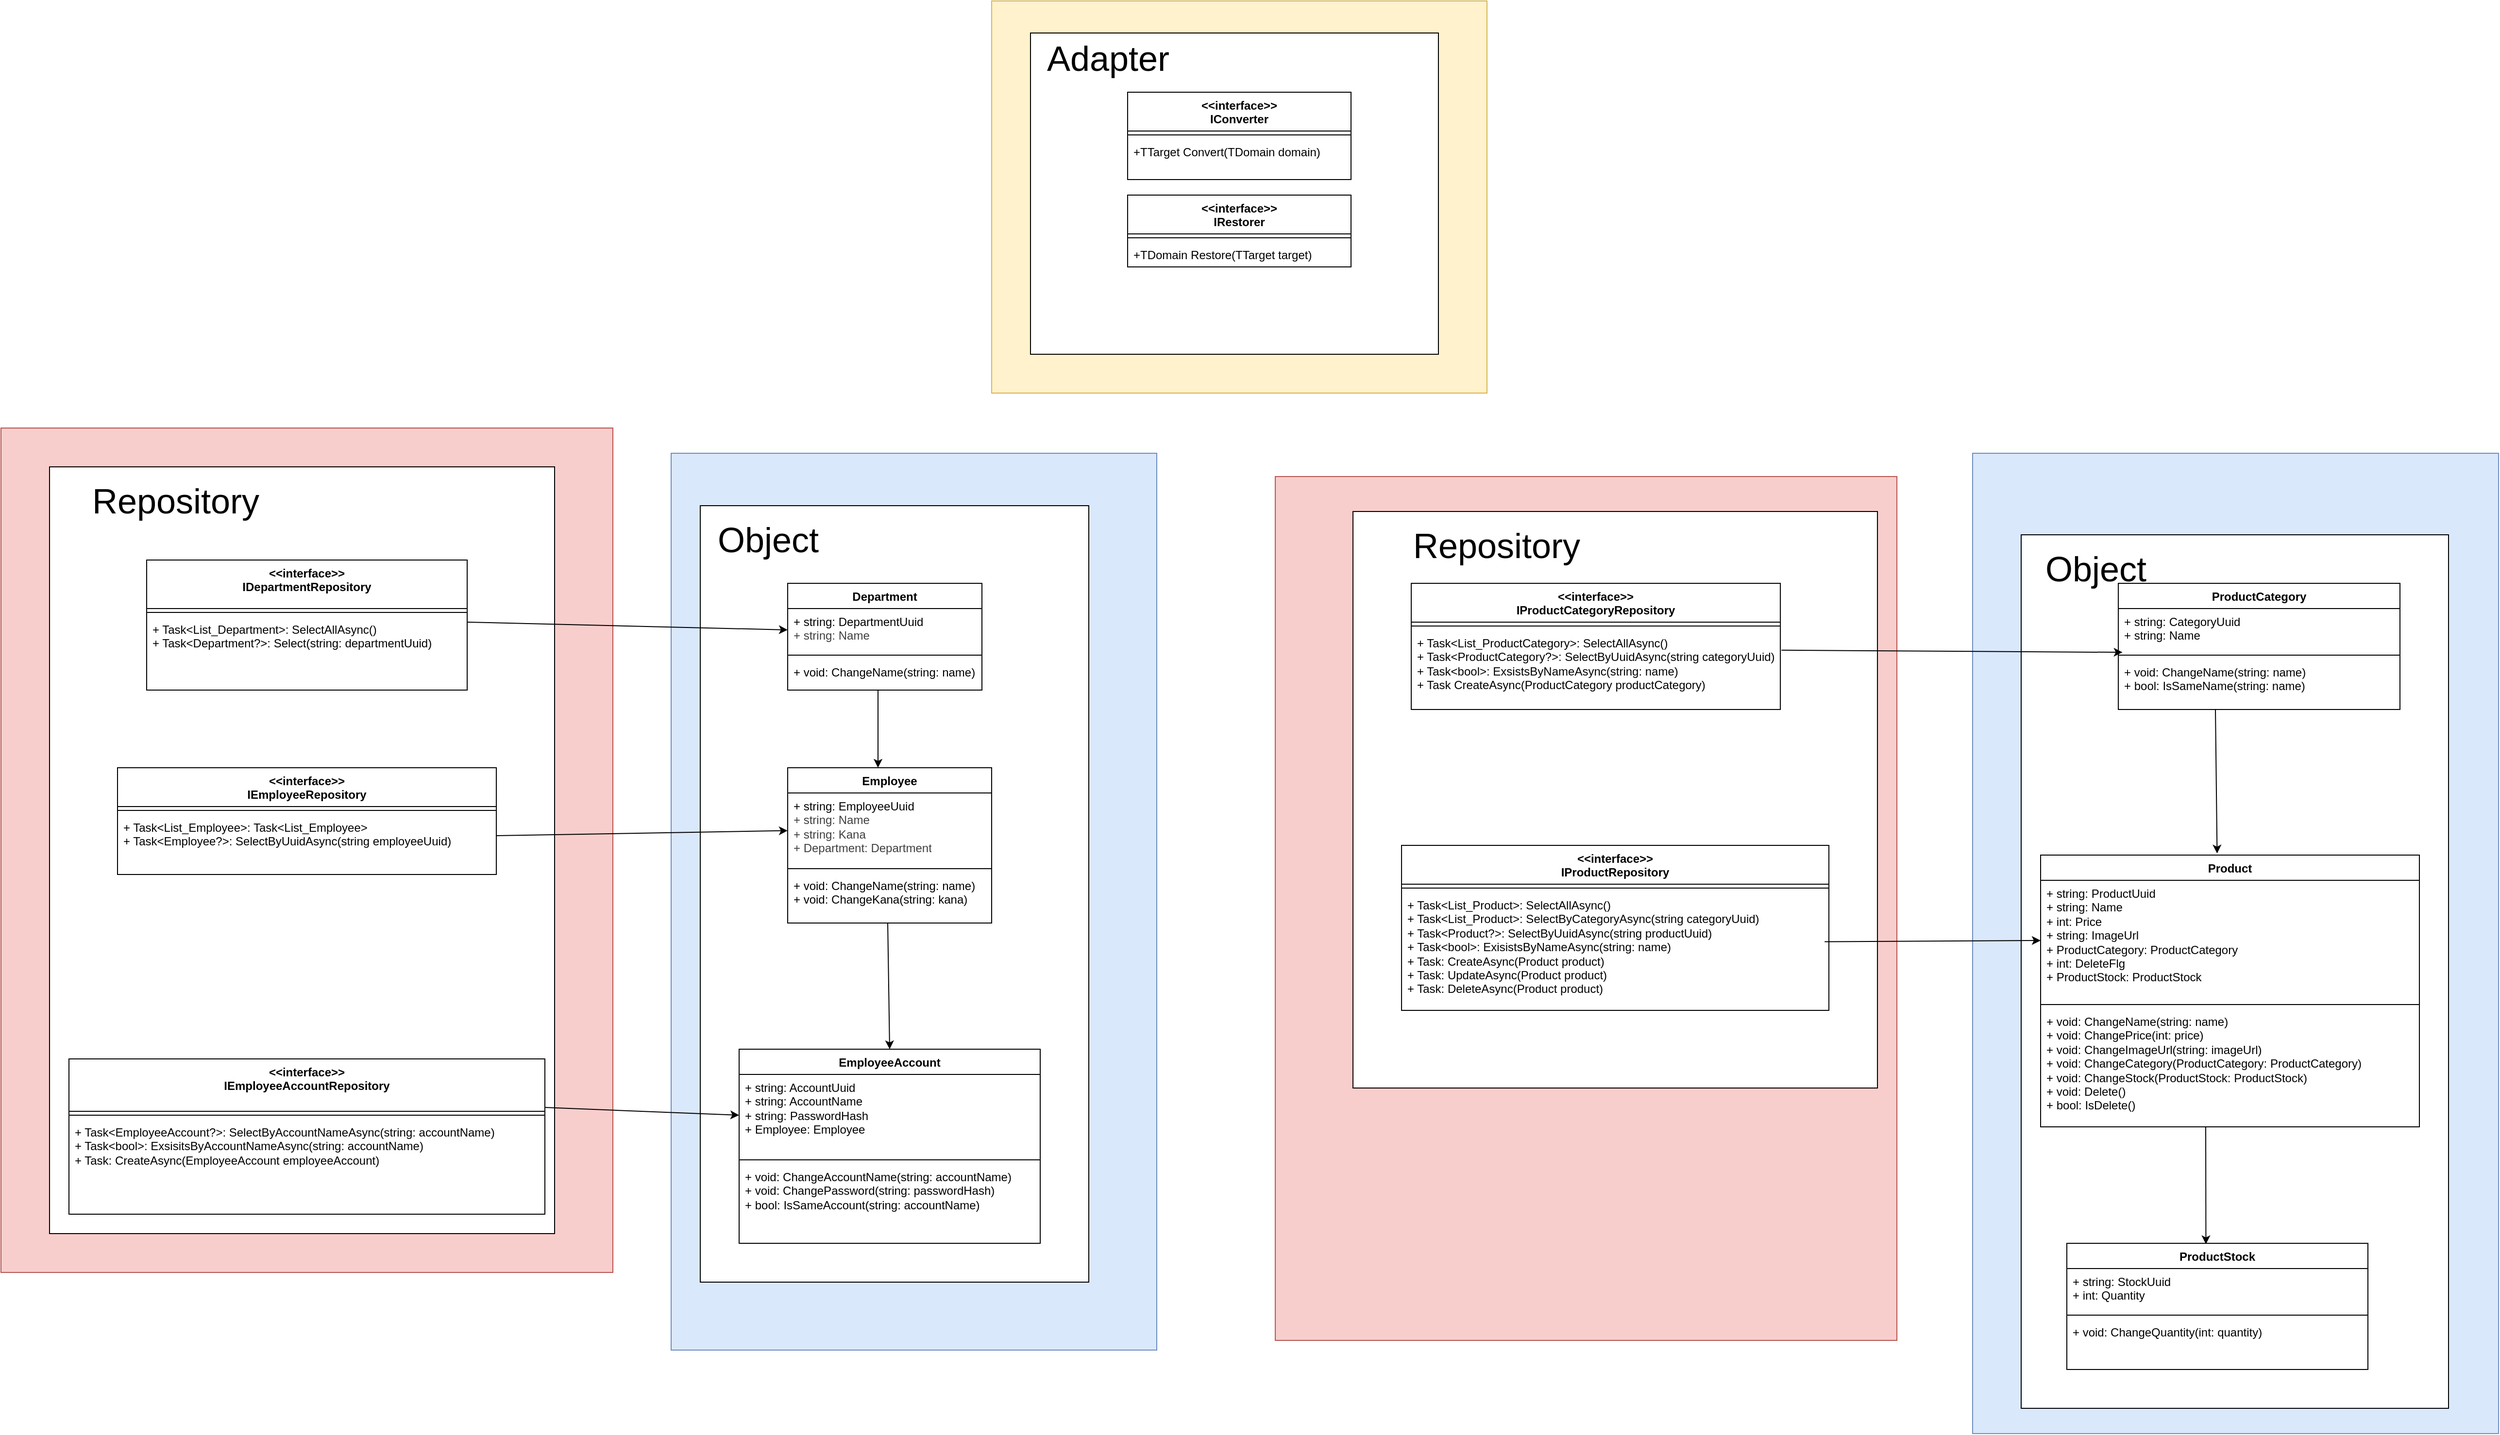
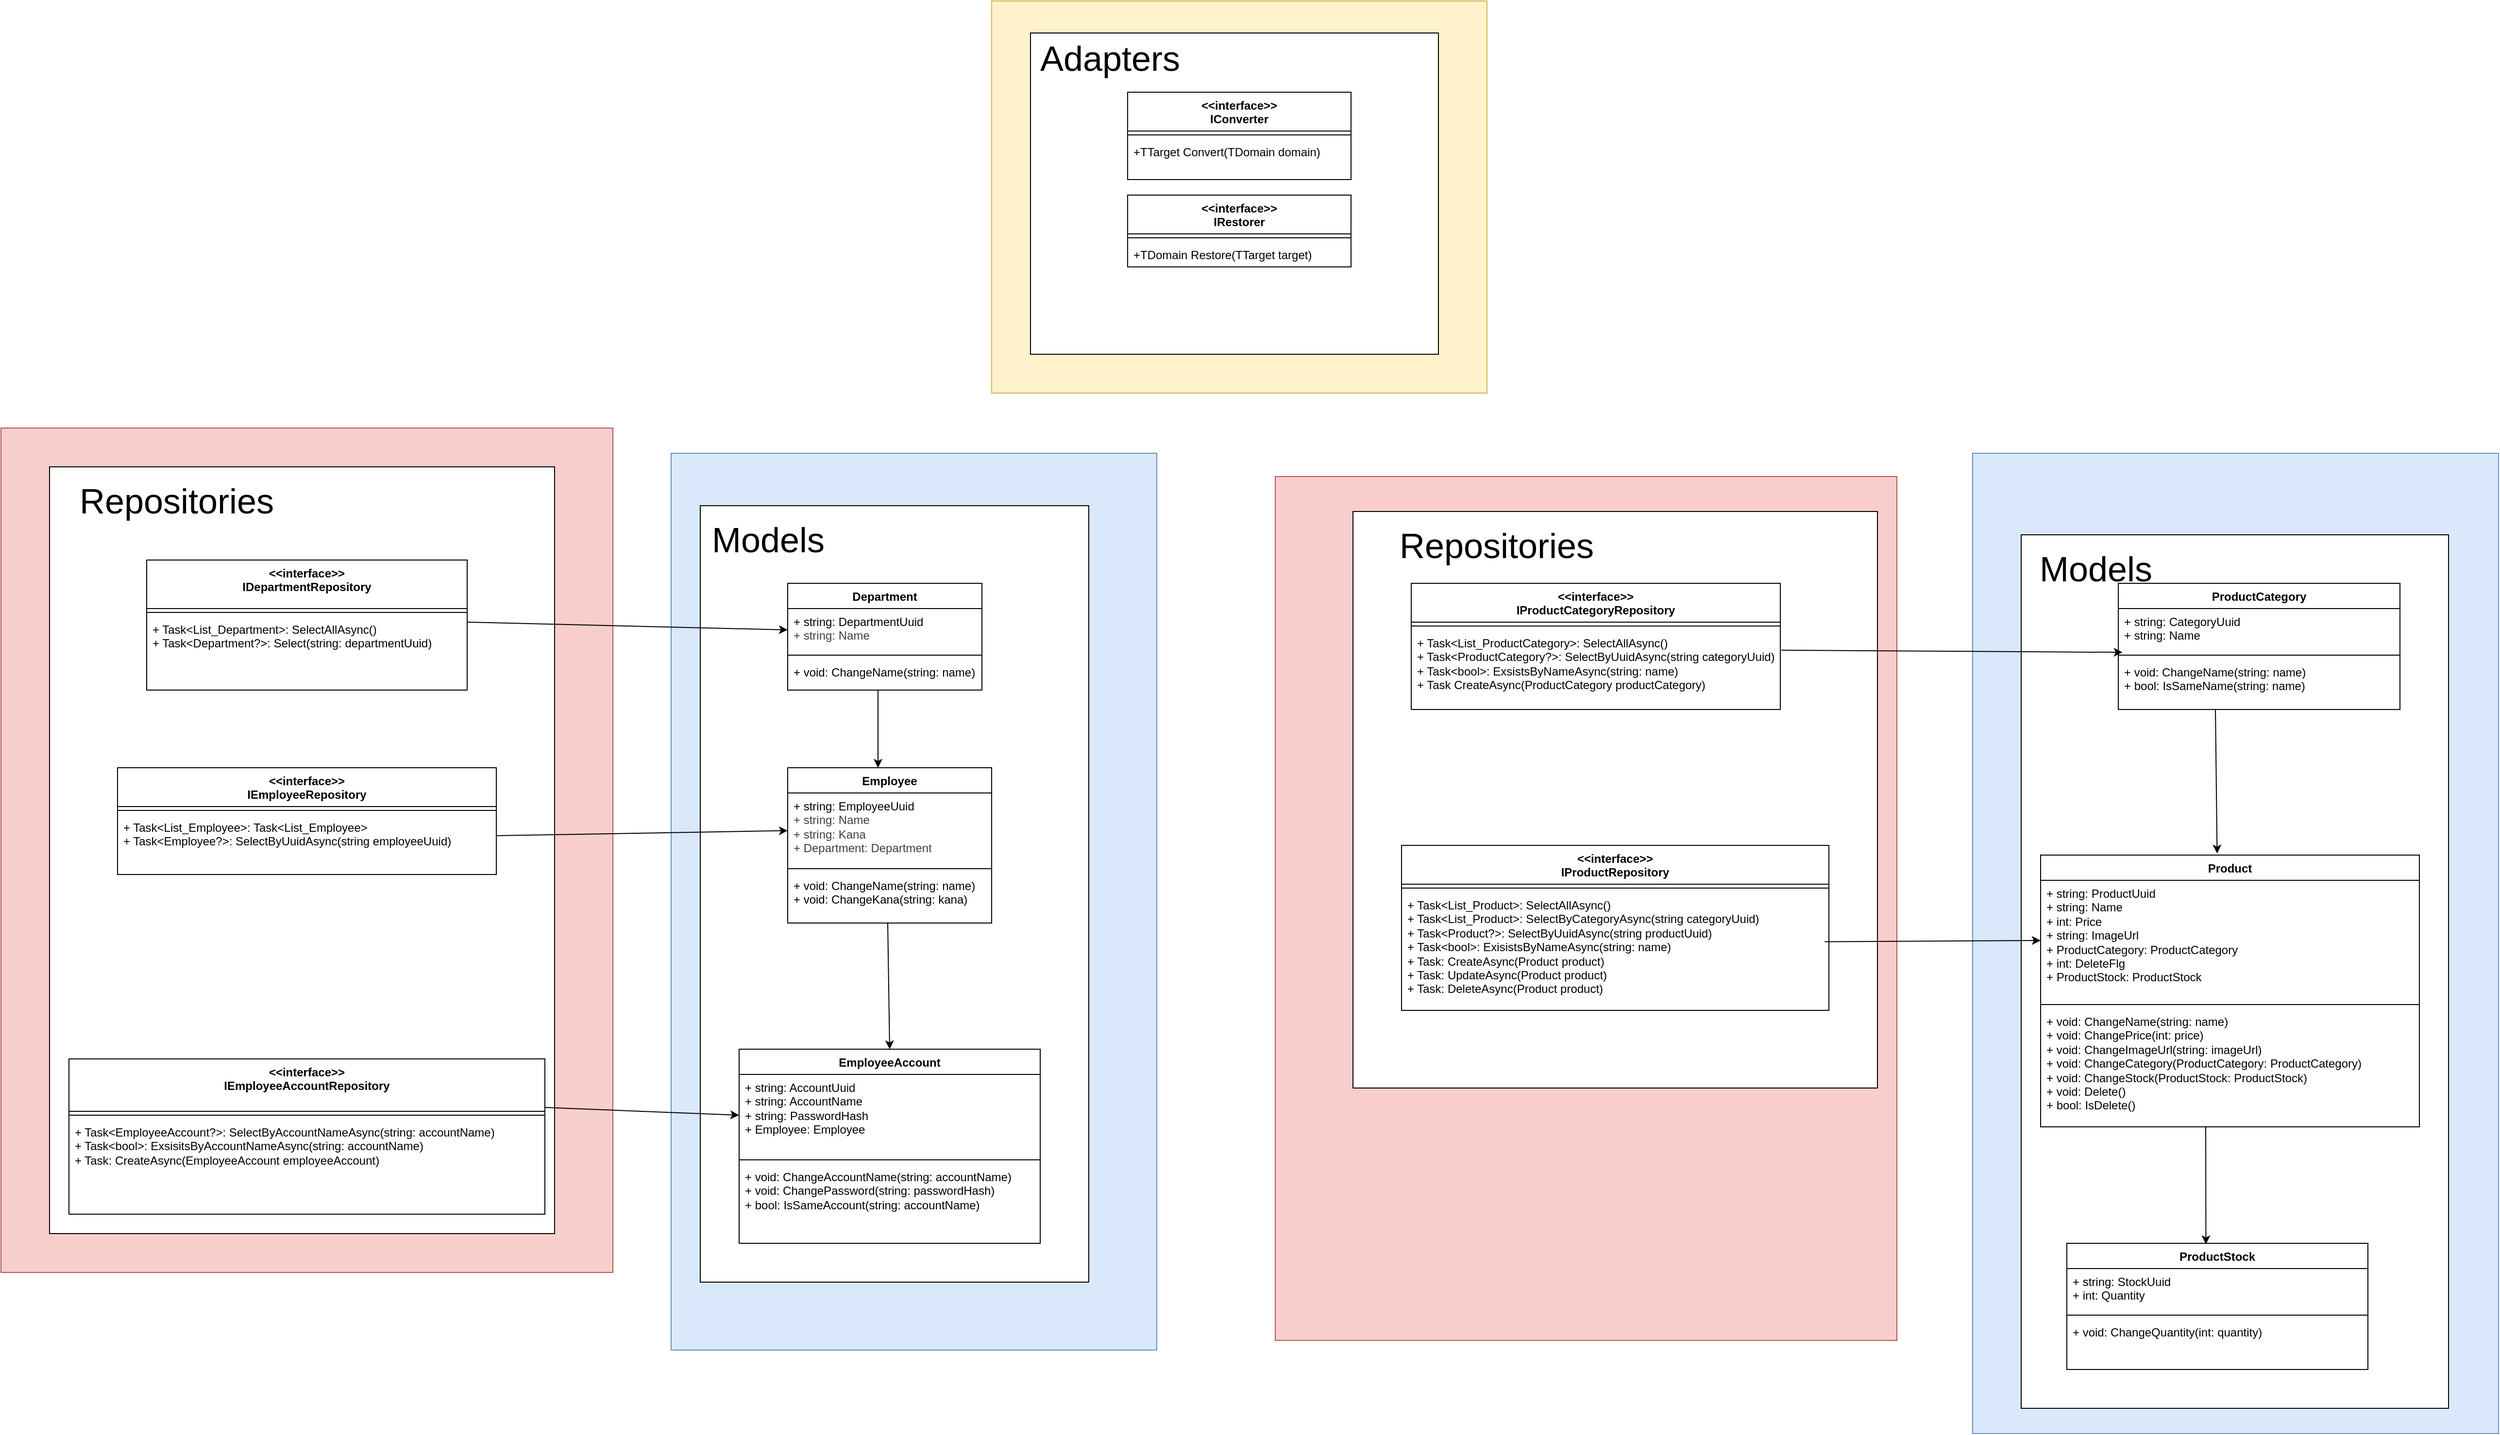
<mxfile host="65bd71144e">
    <diagram id="KKfMD3SemsG6aV6jb4rE" name="ページ1">
-         <mxGraphModel dx="3272" dy="1780" grid="1" gridSize="10" guides="1" tooltips="1" connect="1" arrows="1" fold="1" page="1" pageScale="1" pageWidth="827" pageHeight="1169" math="0" shadow="0">
+         <mxGraphModel dx="3367" dy="1816" grid="1" gridSize="10" guides="1" tooltips="1" connect="1" arrows="1" fold="1" page="1" pageScale="1" pageWidth="827" pageHeight="1169" math="0" shadow="0">
            <root>
                <mxCell id="0"/>
                <mxCell id="1" parent="0"/>
                <mxCell id="88" value="" style="rounded=0;whiteSpace=wrap;html=1;fillColor=#dae8fc;strokeColor=#6c8ebf;" parent="1" vertex="1">
                    <mxGeometry x="420" y="-414" width="541.5" height="1010" as="geometry"/>
                </mxCell>
                <mxCell id="87" value="" style="rounded=0;whiteSpace=wrap;html=1;" parent="1" vertex="1">
                    <mxGeometry x="470" y="-330" width="440" height="900" as="geometry"/>
                </mxCell>
                <mxCell id="85" value="" style="rounded=0;whiteSpace=wrap;html=1;fillColor=#dae8fc;strokeColor=#6c8ebf;" parent="1" vertex="1">
                    <mxGeometry x="-920" y="-414" width="500" height="924" as="geometry"/>
                </mxCell>
                <mxCell id="84" value="" style="rounded=0;whiteSpace=wrap;html=1;" parent="1" vertex="1">
                    <mxGeometry x="-890" y="-360" width="400" height="800" as="geometry"/>
                </mxCell>
                <mxCell id="82" value="" style="rounded=0;whiteSpace=wrap;html=1;fillColor=#f8cecc;strokeColor=#b85450;" parent="1" vertex="1">
                    <mxGeometry x="-297.97" y="-390" width="640" height="890" as="geometry"/>
                </mxCell>
                <mxCell id="80" value="" style="rounded=0;whiteSpace=wrap;html=1;" parent="1" vertex="1">
                    <mxGeometry x="-217.97" y="-354" width="540" height="594" as="geometry"/>
                </mxCell>
                <mxCell id="78" value="" style="rounded=0;whiteSpace=wrap;html=1;fillColor=#f8cecc;strokeColor=#b85450;" parent="1" vertex="1">
                    <mxGeometry x="-1610" y="-440" width="630" height="870" as="geometry"/>
                </mxCell>
                <mxCell id="77" value="" style="rounded=0;whiteSpace=wrap;html=1;" parent="1" vertex="1">
                    <mxGeometry x="-1560" y="-400" width="520" height="790" as="geometry"/>
                </mxCell>
                <mxCell id="76" value="" style="rounded=0;whiteSpace=wrap;html=1;fillColor=#fff2cc;strokeColor=#d6b656;" parent="1" vertex="1">
                    <mxGeometry x="-590" y="-880" width="510" height="404" as="geometry"/>
                </mxCell>
                <mxCell id="74" value="" style="rounded=0;whiteSpace=wrap;html=1;" parent="1" vertex="1">
                    <mxGeometry x="-550" y="-847" width="420" height="331" as="geometry"/>
                </mxCell>
                <mxCell id="10" value="EmployeeAccount" style="swimlane;fontStyle=1;align=center;verticalAlign=top;childLayout=stackLayout;horizontal=1;startSize=26;horizontalStack=0;resizeParent=1;resizeParentMax=0;resizeLast=0;collapsible=1;marginBottom=0;whiteSpace=wrap;html=1;" parent="1" vertex="1">
                    <mxGeometry x="-850" y="200" width="310" height="200" as="geometry"/>
                </mxCell>
                <mxCell id="11" value="+ string: AccountUuid&lt;div&gt;+ string: AccountName&lt;/div&gt;&lt;div&gt;+ string: PasswordHash&lt;/div&gt;&lt;div&gt;+ Employee: Employee&lt;/div&gt;" style="text;strokeColor=none;fillColor=none;align=left;verticalAlign=top;spacingLeft=4;spacingRight=4;overflow=hidden;rotatable=0;points=[[0,0.5],[1,0.5]];portConstraint=eastwest;whiteSpace=wrap;html=1;" parent="10" vertex="1">
                    <mxGeometry y="26" width="310" height="84" as="geometry"/>
                </mxCell>
                <mxCell id="12" value="" style="line;strokeWidth=1;fillColor=none;align=left;verticalAlign=middle;spacingTop=-1;spacingLeft=3;spacingRight=3;rotatable=0;labelPosition=right;points=[];portConstraint=eastwest;strokeColor=inherit;" parent="10" vertex="1">
                    <mxGeometry y="110" width="310" height="8" as="geometry"/>
                </mxCell>
                <mxCell id="13" value="+ void: ChangeAccountName(string: accountName)&lt;div&gt;+ void: ChangePassword(string: passwordHash)&lt;/div&gt;&lt;div&gt;+ bool: IsSameAccount(string: accountName)&lt;/div&gt;" style="text;strokeColor=none;fillColor=none;align=left;verticalAlign=top;spacingLeft=4;spacingRight=4;overflow=hidden;rotatable=0;points=[[0,0.5],[1,0.5]];portConstraint=eastwest;whiteSpace=wrap;html=1;" parent="10" vertex="1">
                    <mxGeometry y="118" width="310" height="82" as="geometry"/>
                </mxCell>
                <mxCell id="14" value="ProductCategory" style="swimlane;fontStyle=1;align=center;verticalAlign=top;childLayout=stackLayout;horizontal=1;startSize=26;horizontalStack=0;resizeParent=1;resizeParentMax=0;resizeLast=0;collapsible=1;marginBottom=0;whiteSpace=wrap;html=1;" parent="1" vertex="1">
                    <mxGeometry x="570" y="-280" width="290" height="130" as="geometry"/>
                </mxCell>
                <mxCell id="15" value="+ string: CategoryUuid&lt;div&gt;+ string: Name&lt;/div&gt;" style="text;strokeColor=none;fillColor=none;align=left;verticalAlign=top;spacingLeft=4;spacingRight=4;overflow=hidden;rotatable=0;points=[[0,0.5],[1,0.5]];portConstraint=eastwest;whiteSpace=wrap;html=1;" parent="14" vertex="1">
                    <mxGeometry y="26" width="290" height="44" as="geometry"/>
                </mxCell>
                <mxCell id="16" value="" style="line;strokeWidth=1;fillColor=none;align=left;verticalAlign=middle;spacingTop=-1;spacingLeft=3;spacingRight=3;rotatable=0;labelPosition=right;points=[];portConstraint=eastwest;strokeColor=inherit;" parent="14" vertex="1">
                    <mxGeometry y="70" width="290" height="8" as="geometry"/>
                </mxCell>
                <mxCell id="70" value="" style="endArrow=classic;html=1;entryX=0.466;entryY=-0.006;entryDx=0;entryDy=0;entryPerimeter=0;" parent="14" target="18" edge="1">
                    <mxGeometry width="50" height="50" relative="1" as="geometry">
                        <mxPoint x="100" y="130" as="sourcePoint"/>
                        <mxPoint x="150" y="80" as="targetPoint"/>
                    </mxGeometry>
                </mxCell>
                <mxCell id="17" value="+ void: ChangeName(string: name)&lt;div&gt;+ bool: IsSameName(string: name)&lt;/div&gt;" style="text;strokeColor=none;fillColor=none;align=left;verticalAlign=top;spacingLeft=4;spacingRight=4;overflow=hidden;rotatable=0;points=[[0,0.5],[1,0.5]];portConstraint=eastwest;whiteSpace=wrap;html=1;" parent="14" vertex="1">
                    <mxGeometry y="78" width="290" height="52" as="geometry"/>
                </mxCell>
                <mxCell id="18" value="Product" style="swimlane;fontStyle=1;align=center;verticalAlign=top;childLayout=stackLayout;horizontal=1;startSize=26;horizontalStack=0;resizeParent=1;resizeParentMax=0;resizeLast=0;collapsible=1;marginBottom=0;whiteSpace=wrap;html=1;" parent="1" vertex="1">
                    <mxGeometry x="490" width="390" height="280" as="geometry"/>
                </mxCell>
                <mxCell id="19" value="+ string: ProductUuid&lt;div&gt;+ string: Name&lt;/div&gt;&lt;div&gt;+ int: Price&lt;/div&gt;&lt;div&gt;+ string: ImageUrl&lt;/div&gt;&lt;div&gt;+ ProductCategory: ProductCategory&lt;/div&gt;&lt;div&gt;+ int: DeleteFlg&lt;/div&gt;&lt;div&gt;+ ProductStock: ProductStock&lt;/div&gt;" style="text;strokeColor=none;fillColor=none;align=left;verticalAlign=top;spacingLeft=4;spacingRight=4;overflow=hidden;rotatable=0;points=[[0,0.5],[1,0.5]];portConstraint=eastwest;whiteSpace=wrap;html=1;" parent="18" vertex="1">
                    <mxGeometry y="26" width="390" height="124" as="geometry"/>
                </mxCell>
                <mxCell id="20" value="" style="line;strokeWidth=1;fillColor=none;align=left;verticalAlign=middle;spacingTop=-1;spacingLeft=3;spacingRight=3;rotatable=0;labelPosition=right;points=[];portConstraint=eastwest;strokeColor=inherit;" parent="18" vertex="1">
                    <mxGeometry y="150" width="390" height="8" as="geometry"/>
                </mxCell>
                <mxCell id="21" value="+ void: ChangeName(string: name)&lt;div&gt;+ void: ChangePrice(int: price)&lt;/div&gt;&lt;div&gt;+ void: ChangeImageUrl(string: imageUrl)&lt;/div&gt;&lt;div&gt;+ void: ChangeCategory(ProductCategory: ProductCategory)&lt;/div&gt;&lt;div&gt;+ void: ChangeStock(ProductStock: ProductStock)&lt;/div&gt;&lt;div&gt;+ void: Delete()&lt;/div&gt;&lt;div&gt;+ bool: IsDelete()&amp;nbsp;&lt;/div&gt;" style="text;strokeColor=none;fillColor=none;align=left;verticalAlign=top;spacingLeft=4;spacingRight=4;overflow=hidden;rotatable=0;points=[[0,0.5],[1,0.5]];portConstraint=eastwest;whiteSpace=wrap;html=1;" parent="18" vertex="1">
                    <mxGeometry y="158" width="390" height="122" as="geometry"/>
                </mxCell>
                <mxCell id="71" value="" style="endArrow=classic;html=1;entryX=0.462;entryY=0.007;entryDx=0;entryDy=0;entryPerimeter=0;" parent="18" target="22" edge="1">
                    <mxGeometry width="50" height="50" relative="1" as="geometry">
                        <mxPoint x="170" y="280" as="sourcePoint"/>
                        <mxPoint x="220" y="230" as="targetPoint"/>
                    </mxGeometry>
                </mxCell>
                <mxCell id="22" value="ProductStock" style="swimlane;fontStyle=1;align=center;verticalAlign=top;childLayout=stackLayout;horizontal=1;startSize=26;horizontalStack=0;resizeParent=1;resizeParentMax=0;resizeLast=0;collapsible=1;marginBottom=0;whiteSpace=wrap;html=1;" parent="1" vertex="1">
                    <mxGeometry x="517" y="400" width="310" height="130" as="geometry"/>
                </mxCell>
                <mxCell id="23" value="+ string: StockUuid&lt;div&gt;+ int: Quantity&lt;/div&gt;" style="text;strokeColor=none;fillColor=none;align=left;verticalAlign=top;spacingLeft=4;spacingRight=4;overflow=hidden;rotatable=0;points=[[0,0.5],[1,0.5]];portConstraint=eastwest;whiteSpace=wrap;html=1;" parent="22" vertex="1">
                    <mxGeometry y="26" width="310" height="44" as="geometry"/>
                </mxCell>
                <mxCell id="24" value="" style="line;strokeWidth=1;fillColor=none;align=left;verticalAlign=middle;spacingTop=-1;spacingLeft=3;spacingRight=3;rotatable=0;labelPosition=right;points=[];portConstraint=eastwest;strokeColor=inherit;" parent="22" vertex="1">
                    <mxGeometry y="70" width="310" height="8" as="geometry"/>
                </mxCell>
                <mxCell id="25" value="+ void: ChangeQuantity(int: quantity)&lt;div&gt;&lt;br&gt;&lt;/div&gt;" style="text;strokeColor=none;fillColor=none;align=left;verticalAlign=top;spacingLeft=4;spacingRight=4;overflow=hidden;rotatable=0;points=[[0,0.5],[1,0.5]];portConstraint=eastwest;whiteSpace=wrap;html=1;" parent="22" vertex="1">
                    <mxGeometry y="78" width="310" height="52" as="geometry"/>
                </mxCell>
                <mxCell id="26" value="&lt;span style=&quot;color: rgb(0, 0, 0);&quot;&gt;Department&lt;/span&gt;" style="swimlane;fontStyle=1;align=center;verticalAlign=top;childLayout=stackLayout;horizontal=1;startSize=26;horizontalStack=0;resizeParent=1;resizeParentMax=0;resizeLast=0;collapsible=1;marginBottom=0;whiteSpace=wrap;html=1;" parent="1" vertex="1">
                    <mxGeometry x="-800" y="-280" width="200" height="110" as="geometry"/>
                </mxCell>
                <mxCell id="27" value="&lt;span style=&quot;color: rgb(0, 0, 0);&quot;&gt;+ string: DepartmentUuid&lt;/span&gt;&lt;div style=&quot;color: rgb(63, 63, 63); scrollbar-color: rgb(226, 226, 226) rgb(251, 251, 251);&quot;&gt;+ string: Name&amp;nbsp;&lt;/div&gt;" style="text;strokeColor=none;fillColor=none;align=left;verticalAlign=top;spacingLeft=4;spacingRight=4;overflow=hidden;rotatable=0;points=[[0,0.5],[1,0.5]];portConstraint=eastwest;whiteSpace=wrap;html=1;" parent="26" vertex="1">
                    <mxGeometry y="26" width="200" height="44" as="geometry"/>
                </mxCell>
                <mxCell id="28" value="" style="line;strokeWidth=1;fillColor=none;align=left;verticalAlign=middle;spacingTop=-1;spacingLeft=3;spacingRight=3;rotatable=0;labelPosition=right;points=[];portConstraint=eastwest;strokeColor=inherit;" parent="26" vertex="1">
                    <mxGeometry y="70" width="200" height="8" as="geometry"/>
                </mxCell>
                <mxCell id="29" value="+ void: ChangeName(string: name)" style="text;strokeColor=none;fillColor=none;align=left;verticalAlign=top;spacingLeft=4;spacingRight=4;overflow=hidden;rotatable=0;points=[[0,0.5],[1,0.5]];portConstraint=eastwest;whiteSpace=wrap;html=1;" parent="26" vertex="1">
                    <mxGeometry y="78" width="200" height="32" as="geometry"/>
                </mxCell>
                <mxCell id="30" value="&lt;span style=&quot;color: rgb(0, 0, 0);&quot;&gt;Employee&lt;/span&gt;" style="swimlane;fontStyle=1;align=center;verticalAlign=top;childLayout=stackLayout;horizontal=1;startSize=26;horizontalStack=0;resizeParent=1;resizeParentMax=0;resizeLast=0;collapsible=1;marginBottom=0;whiteSpace=wrap;html=1;" parent="1" vertex="1">
                    <mxGeometry x="-800" y="-90" width="210" height="160" as="geometry"/>
                </mxCell>
                <mxCell id="31" value="&lt;span style=&quot;color: rgb(0, 0, 0);&quot;&gt;+ string: EmployeeUuid&lt;/span&gt;&lt;div style=&quot;color: rgb(63, 63, 63); scrollbar-color: rgb(226, 226, 226) rgb(251, 251, 251);&quot;&gt;+ string: Name&lt;/div&gt;&lt;div style=&quot;color: rgb(63, 63, 63); scrollbar-color: rgb(226, 226, 226) rgb(251, 251, 251);&quot;&gt;+ string: Kana&lt;/div&gt;&lt;div style=&quot;color: rgb(63, 63, 63); scrollbar-color: rgb(226, 226, 226) rgb(251, 251, 251);&quot;&gt;+ Department: Department&lt;/div&gt;" style="text;strokeColor=none;fillColor=none;align=left;verticalAlign=top;spacingLeft=4;spacingRight=4;overflow=hidden;rotatable=0;points=[[0,0.5],[1,0.5]];portConstraint=eastwest;whiteSpace=wrap;html=1;" parent="30" vertex="1">
                    <mxGeometry y="26" width="210" height="74" as="geometry"/>
                </mxCell>
                <mxCell id="32" value="" style="line;strokeWidth=1;fillColor=none;align=left;verticalAlign=middle;spacingTop=-1;spacingLeft=3;spacingRight=3;rotatable=0;labelPosition=right;points=[];portConstraint=eastwest;strokeColor=inherit;" parent="30" vertex="1">
                    <mxGeometry y="100" width="210" height="8" as="geometry"/>
                </mxCell>
                <mxCell id="66" value="" style="endArrow=classic;html=1;entryX=0.5;entryY=0;entryDx=0;entryDy=0;" parent="30" target="10" edge="1">
                    <mxGeometry width="50" height="50" relative="1" as="geometry">
                        <mxPoint x="103" y="160" as="sourcePoint"/>
                        <mxPoint x="153" y="110" as="targetPoint"/>
                    </mxGeometry>
                </mxCell>
                <mxCell id="33" value="+ void: ChangeName(string: name)&lt;div&gt;+ void: ChangeKana(string: kana)&lt;/div&gt;" style="text;strokeColor=none;fillColor=none;align=left;verticalAlign=top;spacingLeft=4;spacingRight=4;overflow=hidden;rotatable=0;points=[[0,0.5],[1,0.5]];portConstraint=eastwest;whiteSpace=wrap;html=1;" parent="30" vertex="1">
                    <mxGeometry y="108" width="210" height="52" as="geometry"/>
                </mxCell>
                <mxCell id="34" value="&amp;lt;&amp;lt;interface&amp;gt;&amp;gt;&lt;div&gt;IConverter&lt;/div&gt;" style="swimlane;fontStyle=1;align=center;verticalAlign=top;childLayout=stackLayout;horizontal=1;startSize=40;horizontalStack=0;resizeParent=1;resizeParentMax=0;resizeLast=0;collapsible=1;marginBottom=0;whiteSpace=wrap;html=1;" parent="1" vertex="1">
                    <mxGeometry x="-450" y="-786" width="230" height="90" as="geometry"/>
                </mxCell>
                <mxCell id="35" value="" style="line;strokeWidth=1;fillColor=none;align=left;verticalAlign=middle;spacingTop=-1;spacingLeft=3;spacingRight=3;rotatable=0;labelPosition=right;points=[];portConstraint=eastwest;strokeColor=inherit;" parent="34" vertex="1">
                    <mxGeometry y="40" width="230" height="8" as="geometry"/>
                </mxCell>
                <mxCell id="36" value="+TTarget Convert(TDomain domain)" style="text;strokeColor=none;fillColor=none;align=left;verticalAlign=top;spacingLeft=4;spacingRight=4;overflow=hidden;rotatable=0;points=[[0,0.5],[1,0.5]];portConstraint=eastwest;whiteSpace=wrap;html=1;" parent="34" vertex="1">
                    <mxGeometry y="48" width="230" height="42" as="geometry"/>
                </mxCell>
                <mxCell id="37" value="&amp;lt;&amp;lt;interface&amp;gt;&amp;gt;&lt;div&gt;IRestorer&lt;/div&gt;" style="swimlane;fontStyle=1;align=center;verticalAlign=top;childLayout=stackLayout;horizontal=1;startSize=40;horizontalStack=0;resizeParent=1;resizeParentMax=0;resizeLast=0;collapsible=1;marginBottom=0;whiteSpace=wrap;html=1;" parent="1" vertex="1">
                    <mxGeometry x="-450" y="-680" width="230" height="74" as="geometry"/>
                </mxCell>
                <mxCell id="38" value="" style="line;strokeWidth=1;fillColor=none;align=left;verticalAlign=middle;spacingTop=-1;spacingLeft=3;spacingRight=3;rotatable=0;labelPosition=right;points=[];portConstraint=eastwest;strokeColor=inherit;" parent="37" vertex="1">
                    <mxGeometry y="40" width="230" height="8" as="geometry"/>
                </mxCell>
                <mxCell id="39" value="+TDomain Restore(TTarget target)" style="text;strokeColor=none;fillColor=none;align=left;verticalAlign=top;spacingLeft=4;spacingRight=4;overflow=hidden;rotatable=0;points=[[0,0.5],[1,0.5]];portConstraint=eastwest;whiteSpace=wrap;html=1;" parent="37" vertex="1">
                    <mxGeometry y="48" width="230" height="26" as="geometry"/>
                </mxCell>
                <mxCell id="40" value="&amp;lt;&amp;lt;interface&amp;gt;&amp;gt;&lt;br&gt;IDepartmentRepository" style="swimlane;fontStyle=1;align=center;verticalAlign=top;childLayout=stackLayout;horizontal=1;startSize=50;horizontalStack=0;resizeParent=1;resizeParentMax=0;resizeLast=0;collapsible=1;marginBottom=0;whiteSpace=wrap;html=1;" parent="1" vertex="1">
                    <mxGeometry x="-1460" y="-304" width="330" height="134" as="geometry"/>
                </mxCell>
                <mxCell id="42" value="" style="line;strokeWidth=1;fillColor=none;align=left;verticalAlign=middle;spacingTop=-1;spacingLeft=3;spacingRight=3;rotatable=0;labelPosition=right;points=[];portConstraint=eastwest;strokeColor=inherit;" parent="40" vertex="1">
                    <mxGeometry y="50" width="330" height="8" as="geometry"/>
                </mxCell>
                <mxCell id="43" value="+ Task&amp;lt;List_Department&amp;gt;: SelectAllAsync()&lt;div&gt;+ Task&amp;lt;Department?&amp;gt;: Select(string: departmentUuid)&lt;/div&gt;" style="text;strokeColor=none;fillColor=none;align=left;verticalAlign=top;spacingLeft=4;spacingRight=4;overflow=hidden;rotatable=0;points=[[0,0.5],[1,0.5]];portConstraint=eastwest;whiteSpace=wrap;html=1;" parent="40" vertex="1">
                    <mxGeometry y="58" width="330" height="76" as="geometry"/>
                </mxCell>
                <mxCell id="45" value="&amp;lt;&amp;lt;interface&amp;gt;&amp;gt;&lt;br&gt;IEmployeeRepository" style="swimlane;fontStyle=1;align=center;verticalAlign=top;childLayout=stackLayout;horizontal=1;startSize=40;horizontalStack=0;resizeParent=1;resizeParentMax=0;resizeLast=0;collapsible=1;marginBottom=0;whiteSpace=wrap;html=1;" parent="1" vertex="1">
                    <mxGeometry x="-1490" y="-90" width="390" height="110" as="geometry"/>
                </mxCell>
                <mxCell id="47" value="" style="line;strokeWidth=1;fillColor=none;align=left;verticalAlign=middle;spacingTop=-1;spacingLeft=3;spacingRight=3;rotatable=0;labelPosition=right;points=[];portConstraint=eastwest;strokeColor=inherit;" parent="45" vertex="1">
                    <mxGeometry y="40" width="390" height="8" as="geometry"/>
                </mxCell>
                <mxCell id="48" value="&lt;span style=&quot;color: rgb(0, 0, 0);&quot;&gt;+ Task&amp;lt;List_Employee&amp;gt;: Task&amp;lt;List_Employee&amp;gt;&lt;br&gt;+ Task&amp;lt;Employee?&amp;gt;: SelectByUuidAsync(string employeeUuid)&lt;/span&gt;" style="text;strokeColor=none;fillColor=none;align=left;verticalAlign=top;spacingLeft=4;spacingRight=4;overflow=hidden;rotatable=0;points=[[0,0.5],[1,0.5]];portConstraint=eastwest;whiteSpace=wrap;html=1;" parent="45" vertex="1">
                    <mxGeometry y="48" width="390" height="62" as="geometry"/>
                </mxCell>
                <mxCell id="49" value="&amp;lt;&amp;lt;interface&amp;gt;&amp;gt;&lt;br&gt;IEmployeeAccountRepository" style="swimlane;fontStyle=1;align=center;verticalAlign=top;childLayout=stackLayout;horizontal=1;startSize=54;horizontalStack=0;resizeParent=1;resizeParentMax=0;resizeLast=0;collapsible=1;marginBottom=0;whiteSpace=wrap;html=1;" parent="1" vertex="1">
                    <mxGeometry x="-1540" y="210" width="490" height="160" as="geometry"/>
                </mxCell>
                <mxCell id="51" value="" style="line;strokeWidth=1;fillColor=none;align=left;verticalAlign=middle;spacingTop=-1;spacingLeft=3;spacingRight=3;rotatable=0;labelPosition=right;points=[];portConstraint=eastwest;strokeColor=inherit;" parent="49" vertex="1">
                    <mxGeometry y="54" width="490" height="8" as="geometry"/>
                </mxCell>
                <mxCell id="52" value="+ Task&amp;lt;EmployeeAccount?&amp;gt;: SelectByAccountNameAsync(string: accountName)&lt;div&gt;+ Task&amp;lt;bool&amp;gt;: ExsisitsByAccountNameAsync(string: accountName)&lt;/div&gt;&lt;div&gt;+ Task: CreateAsync(EmployeeAccount employeeAccount)&lt;/div&gt;" style="text;strokeColor=none;fillColor=none;align=left;verticalAlign=top;spacingLeft=4;spacingRight=4;overflow=hidden;rotatable=0;points=[[0,0.5],[1,0.5]];portConstraint=eastwest;whiteSpace=wrap;html=1;" parent="49" vertex="1">
                    <mxGeometry y="62" width="490" height="98" as="geometry"/>
                </mxCell>
                <mxCell id="53" value="&amp;lt;&amp;lt;interface&amp;gt;&amp;gt;&lt;br&gt;IProductCategoryRepository" style="swimlane;fontStyle=1;align=center;verticalAlign=top;childLayout=stackLayout;horizontal=1;startSize=40;horizontalStack=0;resizeParent=1;resizeParentMax=0;resizeLast=0;collapsible=1;marginBottom=0;whiteSpace=wrap;html=1;" parent="1" vertex="1">
                    <mxGeometry x="-157.97" y="-280" width="380" height="130" as="geometry"/>
                </mxCell>
                <mxCell id="55" value="" style="line;strokeWidth=1;fillColor=none;align=left;verticalAlign=middle;spacingTop=-1;spacingLeft=3;spacingRight=3;rotatable=0;labelPosition=right;points=[];portConstraint=eastwest;strokeColor=inherit;" parent="53" vertex="1">
                    <mxGeometry y="40" width="380" height="8" as="geometry"/>
                </mxCell>
                <mxCell id="56" value="+ Task&amp;lt;List_ProductCategory&amp;gt;: SelectAllAsync()&lt;div&gt;+ Task&amp;lt;ProductCategory?&amp;gt;: SelectByUuidAsync(string categoryUuid)&lt;/div&gt;&lt;div&gt;+ Task&amp;lt;bool&amp;gt;: ExsistsByNameAsync(string: name)&lt;/div&gt;&lt;div&gt;+ Task CreateAsync(ProductCategory productCategory)&lt;/div&gt;" style="text;strokeColor=none;fillColor=none;align=left;verticalAlign=top;spacingLeft=4;spacingRight=4;overflow=hidden;rotatable=0;points=[[0,0.5],[1,0.5]];portConstraint=eastwest;whiteSpace=wrap;html=1;" parent="53" vertex="1">
                    <mxGeometry y="48" width="380" height="82" as="geometry"/>
                </mxCell>
                <mxCell id="58" value="&amp;lt;&amp;lt;interface&amp;gt;&amp;gt;&lt;div&gt;IProductRepository&lt;/div&gt;" style="swimlane;fontStyle=1;align=center;verticalAlign=top;childLayout=stackLayout;horizontal=1;startSize=40;horizontalStack=0;resizeParent=1;resizeParentMax=0;resizeLast=0;collapsible=1;marginBottom=0;whiteSpace=wrap;html=1;" parent="1" vertex="1">
                    <mxGeometry x="-167.97" y="-10" width="440" height="170" as="geometry"/>
                </mxCell>
                <mxCell id="60" value="" style="line;strokeWidth=1;fillColor=none;align=left;verticalAlign=middle;spacingTop=-1;spacingLeft=3;spacingRight=3;rotatable=0;labelPosition=right;points=[];portConstraint=eastwest;strokeColor=inherit;" parent="58" vertex="1">
                    <mxGeometry y="40" width="440" height="8" as="geometry"/>
                </mxCell>
                <mxCell id="61" value="+ Task&amp;lt;List_Product&amp;gt;: SelectAllAsync()&lt;div&gt;+ Task&amp;lt;List_Product&amp;gt;: SelectByCategoryAsync(string categoryUuid)&lt;/div&gt;&lt;div&gt;+ Task&amp;lt;Product?&amp;gt;: SelectByUuidAsync(string productUuid)&lt;/div&gt;&lt;div&gt;+ Task&amp;lt;bool&amp;gt;: ExisistsByNameAsync(string: name)&lt;/div&gt;&lt;div&gt;+ Task: CreateAsync(Product product)&lt;/div&gt;&lt;div&gt;+ Task: UpdateAsync(Product product)&lt;/div&gt;&lt;div&gt;+ Task: DeleteAsync(Product product)&lt;/div&gt;" style="text;strokeColor=none;fillColor=none;align=left;verticalAlign=top;spacingLeft=4;spacingRight=4;overflow=hidden;rotatable=0;points=[[0,0.5],[1,0.5]];portConstraint=eastwest;whiteSpace=wrap;html=1;" parent="58" vertex="1">
                    <mxGeometry y="48" width="440" height="122" as="geometry"/>
                </mxCell>
                <mxCell id="65" value="" style="endArrow=classic;html=1;" parent="1" edge="1">
                    <mxGeometry width="50" height="50" relative="1" as="geometry">
                        <mxPoint x="-707" y="-170" as="sourcePoint"/>
                        <mxPoint x="-707" y="-90" as="targetPoint"/>
                    </mxGeometry>
                </mxCell>
                <mxCell id="67" value="" style="endArrow=classic;html=1;entryX=0;entryY=0.5;entryDx=0;entryDy=0;" parent="1" target="27" edge="1">
                    <mxGeometry width="50" height="50" relative="1" as="geometry">
                        <mxPoint x="-1130" y="-240" as="sourcePoint"/>
                        <mxPoint x="-903" y="-242" as="targetPoint"/>
                    </mxGeometry>
                </mxCell>
                <mxCell id="68" value="" style="endArrow=classic;html=1;" parent="1" target="31" edge="1">
                    <mxGeometry width="50" height="50" relative="1" as="geometry">
                        <mxPoint x="-1100" y="-20" as="sourcePoint"/>
                        <mxPoint x="-904" y="-20" as="targetPoint"/>
                    </mxGeometry>
                </mxCell>
                <mxCell id="69" value="" style="endArrow=classic;html=1;entryX=0;entryY=0.5;entryDx=0;entryDy=0;" parent="1" target="11" edge="1">
                    <mxGeometry width="50" height="50" relative="1" as="geometry">
                        <mxPoint x="-1050" y="260" as="sourcePoint"/>
                        <mxPoint x="-953" y="258" as="targetPoint"/>
                    </mxGeometry>
                </mxCell>
                <mxCell id="72" value="" style="endArrow=classic;html=1;entryX=0.015;entryY=1.025;entryDx=0;entryDy=0;entryPerimeter=0;exitX=1.003;exitY=0.255;exitDx=0;exitDy=0;exitPerimeter=0;" parent="1" source="56" target="15" edge="1">
                    <mxGeometry width="50" height="50" relative="1" as="geometry">
                        <mxPoint x="282.03" y="-210" as="sourcePoint"/>
                        <mxPoint x="490.0000000000002" y="-208.67999999999984" as="targetPoint"/>
                    </mxGeometry>
                </mxCell>
                <mxCell id="73" value="" style="endArrow=classic;html=1;entryX=0;entryY=0.5;entryDx=0;entryDy=0;exitX=0.99;exitY=0.42;exitDx=0;exitDy=0;exitPerimeter=0;" parent="1" source="61" target="19" edge="1">
                    <mxGeometry width="50" height="50" relative="1" as="geometry">
                        <mxPoint x="282.03" y="90" as="sourcePoint"/>
                        <mxPoint x="412.03" y="88" as="targetPoint"/>
                    </mxGeometry>
                </mxCell>
-                 <mxCell id="75" value="&lt;font style=&quot;font-size: 36px;&quot;&gt;Adapter&lt;/font&gt;" style="text;html=1;align=center;verticalAlign=middle;whiteSpace=wrap;rounded=0;" parent="1" vertex="1">
-                     <mxGeometry x="-500" y="-836" width="60" height="30" as="geometry"/>
-                 </mxCell>
-                 <mxCell id="79" value="&lt;font style=&quot;font-size: 36px;&quot;&gt;Repository&lt;/font&gt;" style="text;html=1;align=center;verticalAlign=middle;whiteSpace=wrap;rounded=0;" parent="1" vertex="1">
-                     <mxGeometry x="-1460" y="-380" width="60" height="30" as="geometry"/>
-                 </mxCell>
-                 <mxCell id="81" value="&lt;font style=&quot;font-size: 36px;&quot;&gt;Repository&lt;/font&gt;" style="text;html=1;align=center;verticalAlign=middle;whiteSpace=wrap;rounded=0;" parent="1" vertex="1">
+                 <mxCell id="75" value="&lt;font style=&quot;font-size: 36px;&quot;&gt;Adapters&lt;/font&gt;" style="text;html=1;align=center;verticalAlign=middle;whiteSpace=wrap;rounded=0;" parent="1" vertex="1">
+                     <mxGeometry x="-498" y="-836" width="60" height="30" as="geometry"/>
+                 </mxCell>
+                 <mxCell id="79" value="&lt;font style=&quot;font-size: 36px;&quot;&gt;Repositories&lt;/font&gt;" style="text;html=1;align=center;verticalAlign=middle;whiteSpace=wrap;rounded=0;" parent="1" vertex="1">
+                     <mxGeometry x="-1459" y="-380" width="60" height="30" as="geometry"/>
+                 </mxCell>
+                 <mxCell id="81" value="&lt;font style=&quot;font-size: 36px;&quot;&gt;Repositories&lt;/font&gt;" style="text;html=1;align=center;verticalAlign=middle;whiteSpace=wrap;rounded=0;" parent="1" vertex="1">
                    <mxGeometry x="-100" y="-334" width="60" height="30" as="geometry"/>
                </mxCell>
-                 <mxCell id="86" value="&lt;font style=&quot;font-size: 36px;&quot;&gt;Object&lt;/font&gt;" style="text;html=1;align=center;verticalAlign=middle;whiteSpace=wrap;rounded=0;" parent="1" vertex="1">
+                 <mxCell id="86" value="&lt;span style=&quot;font-size: 36px;&quot;&gt;Models&lt;/span&gt;" style="text;html=1;align=center;verticalAlign=middle;whiteSpace=wrap;rounded=0;" parent="1" vertex="1">
                    <mxGeometry x="-850" y="-340" width="60" height="30" as="geometry"/>
                </mxCell>
-                 <mxCell id="90" value="&lt;font style=&quot;font-size: 36px;&quot;&gt;Object&lt;/font&gt;" style="text;html=1;align=center;verticalAlign=middle;whiteSpace=wrap;rounded=0;" parent="1" vertex="1">
+                 <mxCell id="90" value="&lt;span style=&quot;font-size: 36px;&quot;&gt;Models&lt;/span&gt;" style="text;html=1;align=center;verticalAlign=middle;whiteSpace=wrap;rounded=0;" parent="1" vertex="1">
                    <mxGeometry x="517" y="-310" width="60" height="30" as="geometry"/>
                </mxCell>
            </root>
        </mxGraphModel>
    </diagram>
</mxfile>